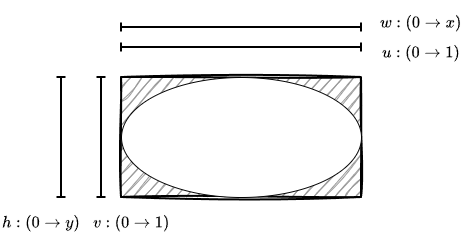
Earlier version of the draw.io export posts/Godot相关/Shader教程/06-过渡效果/d1.png (azurezhc/azurezhc.github.io). Source tidied: cells renumbered, new cells last; positions are measured from the earlier drawing's top-left corner, leaving out a move shared by most shapes. Source of this version:
```xml
<mxGraphModel math="1">
  <root>
    <mxCell id="0" />
    <mxCell id="1" parent="0" />
    <mxCell id="2" style="rounded=0;whiteSpace=wrap;html=1;sketch=1;curveFitting=1;jiggle=2;fillColor=#999999;strokeWidth=2;" parent="1" vertex="1">
      <mxGeometry x="110" y="70" width="240" height="120" as="geometry" />
    </mxCell>
    <mxCell id="3" style="ellipse;whiteSpace=wrap;html=1;shapeInside=1;" parent="1" vertex="1">
      <mxGeometry x="110" y="70" width="240" height="120" as="geometry" />
    </mxCell>
    <mxCell id="4" style="endArrow=baseDash;html=1;rounded=0;startArrow=baseDash;startFill=0;endFill=0;strokeWidth=2;" parent="1" edge="1">
      <mxGeometry relative="1" as="geometry">
        <mxPoint x="110" y="40" as="sourcePoint" />
        <mxPoint x="350" y="40" as="targetPoint" />
      </mxGeometry>
    </mxCell>
    <mxCell id="5" style="endArrow=baseDash;html=1;rounded=0;startArrow=baseDash;startFill=0;endFill=0;strokeWidth=2;" parent="1" edge="1">
      <mxGeometry relative="1" as="geometry">
        <mxPoint x="110" y="20" as="sourcePoint" />
        <mxPoint x="350" y="20" as="targetPoint" />
      </mxGeometry>
    </mxCell>
    <mxCell id="6" style="endArrow=baseDash;html=1;rounded=0;startArrow=baseDash;startFill=0;endFill=0;strokeWidth=2;" parent="1" edge="1">
      <mxGeometry relative="1" as="geometry">
        <mxPoint x="90" y="70" as="sourcePoint" />
        <mxPoint x="90" y="190" as="targetPoint" />
      </mxGeometry>
    </mxCell>
    <mxCell id="7" style="endArrow=baseDash;html=1;rounded=0;startArrow=baseDash;startFill=0;endFill=0;strokeWidth=2;" parent="1" edge="1">
      <mxGeometry relative="1" as="geometry">
        <mxPoint x="50" y="70" as="sourcePoint" />
        <mxPoint x="50" y="190" as="targetPoint" />
      </mxGeometry>
    </mxCell>
    <mxCell id="8" value="$$u:(0\to 1)$$" style="text;html=1;whiteSpace=wrap;strokeColor=none;fillColor=none;align=center;verticalAlign=middle;rounded=0;fontSize=14;" parent="1" vertex="1">
      <mxGeometry x="380" y="30" width="60" height="30" as="geometry" />
    </mxCell>
    <mxCell id="9" value="$$w:(0\to x)$$" style="text;html=1;whiteSpace=wrap;strokeColor=none;fillColor=none;align=center;verticalAlign=middle;rounded=0;fontSize=14;" parent="1" vertex="1">
      <mxGeometry x="380" width="60" height="30" as="geometry" />
    </mxCell>
    <mxCell id="10" value="$$v:(0\to 1)$$" style="text;html=1;whiteSpace=wrap;strokeColor=none;fillColor=none;align=center;verticalAlign=middle;rounded=0;fontSize=14;" parent="1" vertex="1">
      <mxGeometry x="90" y="200" width="60" height="30" as="geometry" />
    </mxCell>
    <mxCell id="11" value="$$h:(0\to y)$$" style="text;html=1;whiteSpace=wrap;strokeColor=none;fillColor=none;align=center;verticalAlign=middle;rounded=0;fontSize=14;" parent="1" vertex="1">
      <mxGeometry y="200" width="60" height="30" as="geometry" />
    </mxCell>
  </root>
</mxGraphModel>
```
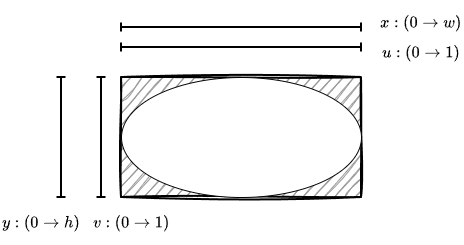
After the change.

The edit, as a diff of the source:
```diff
@@ -35,13 +35,13 @@
     <mxCell id="8" value="$$u:(0\to 1)$$" style="text;html=1;whiteSpace=wrap;strokeColor=none;fillColor=none;align=center;verticalAlign=middle;rounded=0;fontSize=14;" parent="1" vertex="1">
       <mxGeometry x="380" y="30" width="60" height="30" as="geometry" />
     </mxCell>
-    <mxCell id="9" value="$$w:(0\to x)$$" style="text;html=1;whiteSpace=wrap;strokeColor=none;fillColor=none;align=center;verticalAlign=middle;rounded=0;fontSize=14;" parent="1" vertex="1">
+    <mxCell id="9" value="$$x:(0\to w)$$" style="text;html=1;whiteSpace=wrap;strokeColor=none;fillColor=none;align=center;verticalAlign=middle;rounded=0;fontSize=14;" parent="1" vertex="1">
       <mxGeometry x="380" width="60" height="30" as="geometry" />
     </mxCell>
     <mxCell id="10" value="$$v:(0\to 1)$$" style="text;html=1;whiteSpace=wrap;strokeColor=none;fillColor=none;align=center;verticalAlign=middle;rounded=0;fontSize=14;" parent="1" vertex="1">
       <mxGeometry x="90" y="200" width="60" height="30" as="geometry" />
     </mxCell>
-    <mxCell id="11" value="$$h:(0\to y)$$" style="text;html=1;whiteSpace=wrap;strokeColor=none;fillColor=none;align=center;verticalAlign=middle;rounded=0;fontSize=14;" parent="1" vertex="1">
+    <mxCell id="11" value="$$y:(0\to h)$$" style="text;html=1;whiteSpace=wrap;strokeColor=none;fillColor=none;align=center;verticalAlign=middle;rounded=0;fontSize=14;" parent="1" vertex="1">
       <mxGeometry y="200" width="60" height="30" as="geometry" />
     </mxCell>
   </root>
```
